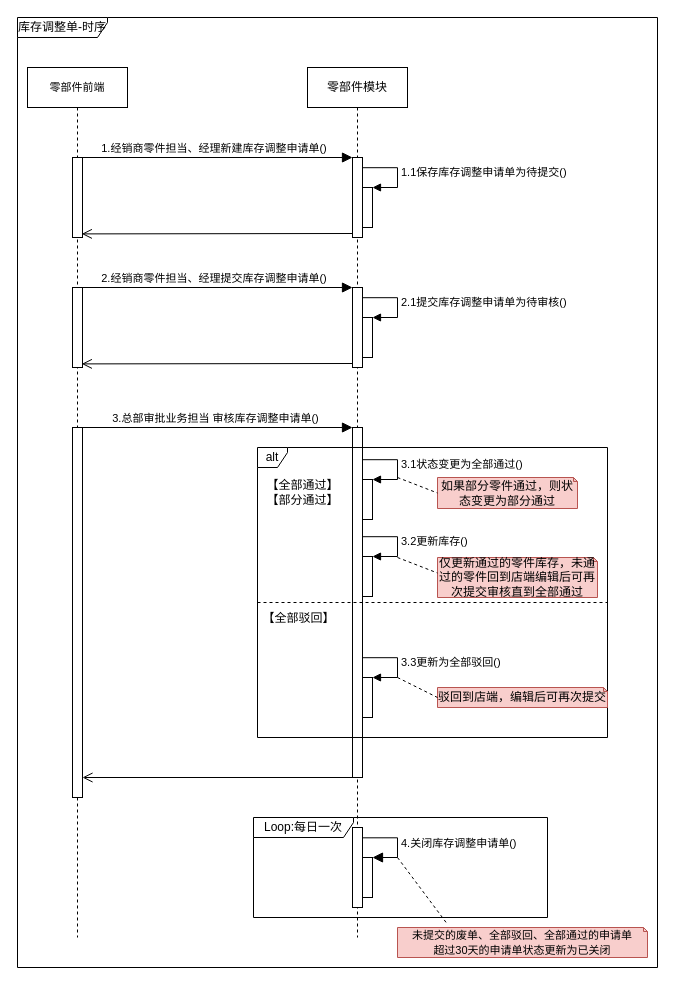
This is page "时序图" (1 of 4) of 库存调整申请单.drawio from 1132489442/gitRepository1, a draw.io file, before an edit. Source tidied: cells renumbered, new cells numbered last; positions are measured from the earlier drawing's top-left corner, leaving out a move shared by most shapes. Both pictures are drawn from the tidied source at 100%, with x=0, y=0 at pixel (17, 17).
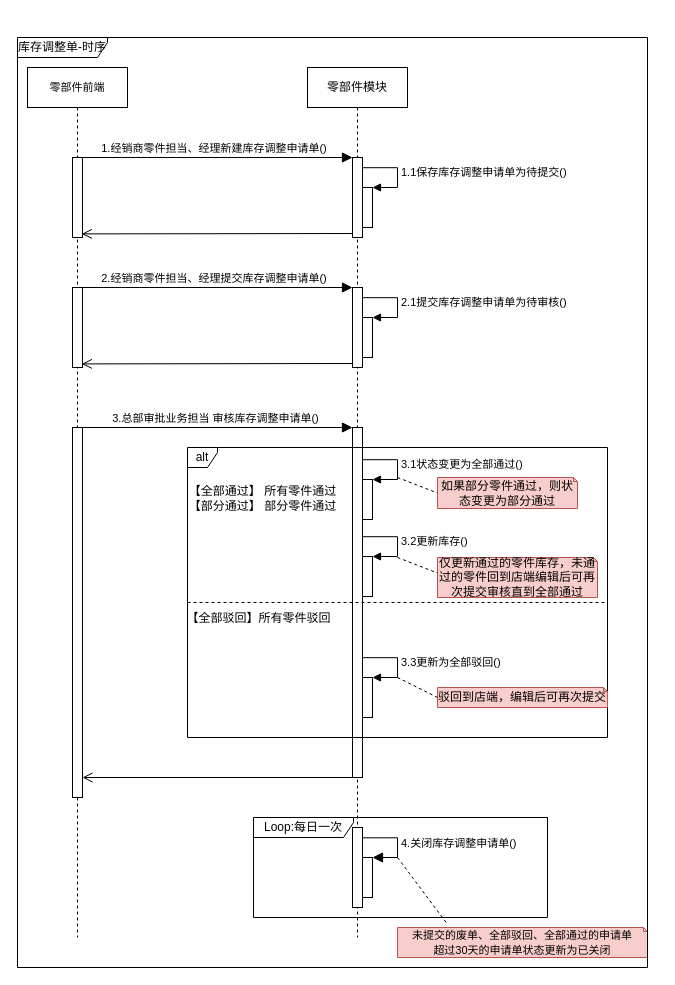
The same diagram, later.

Change to the diagram source:
```diff
@@
     <mxCell id="16" value="alt" style="shape=umlFrame;whiteSpace=wrap;html=1;width=30;height=20;" parent="1" vertex="1">
-      <mxGeometry x="240" y="430" width="350" height="290" as="geometry" />
+      <mxGeometry x="170" y="430" width="420" height="290" as="geometry" />
     </mxCell>
@@
     <mxCell id="21" style="line;strokeWidth=1;dashed=1;labelPosition=right;align=left;verticalAlign=middle;spacingTop=0;spacingLeft=6;" parent="1" vertex="1">
-      <mxGeometry x="240" y="580" width="350" height="10" as="geometry" />
+      <mxGeometry x="170" y="580" width="420" height="10" as="geometry" />
     </mxCell>
@@
-    <mxCell id="24" value="【全部通过】&lt;br&gt;【部分通过】" style="text;html=1;align=center;verticalAlign=middle;strokeColor=none;fillColor=none;" parent="1" vertex="1">
-      <mxGeometry x="240" y="460" width="90" height="30" as="geometry" />
+    <mxCell id="24" value="【全部通过】 所有零件通过&lt;br&gt;【部分通过】 部分零件通过" style="text;html=1;align=center;verticalAlign=middle;strokeColor=none;fillColor=none;" parent="1" vertex="1">
+      <mxGeometry x="165" y="466" width="160" height="30" as="geometry" />
     </mxCell>
-    <mxCell id="25" value="【全部驳回】" style="text;html=1;align=center;verticalAlign=middle;strokeColor=none;fillColor=none;" parent="1" vertex="1">
-      <mxGeometry x="236" y="591" width="90" height="20" as="geometry" />
+    <mxCell id="25" value="【全部驳回】所有零件驳回" style="text;html=1;align=center;verticalAlign=middle;strokeColor=none;fillColor=none;" parent="1" vertex="1">
+      <mxGeometry x="161" y="591" width="160" height="20" as="geometry" />
     </mxCell>
@@
     <mxCell id="42" value="库存调整单-时序" style="shape=umlFrame;whiteSpace=wrap;html=1;fillColor=#FFFFFF;width=90;height=20;" parent="1" vertex="1">
-      <mxGeometry width="640" height="950" as="geometry" />
+      <mxGeometry y="20" width="630" height="930" as="geometry" />
     </mxCell>
```
